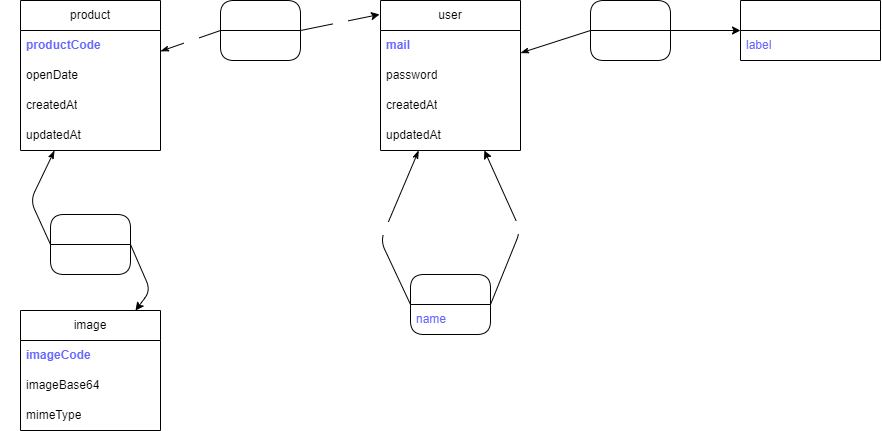
Above: docs/mcd.drawio.png in aviateur22/dlc (draw.io), before the change. Source tidied: cells renumbered, new cells last; positions are measured from the earlier drawing's top-left corner, leaving out a move shared by most shapes.
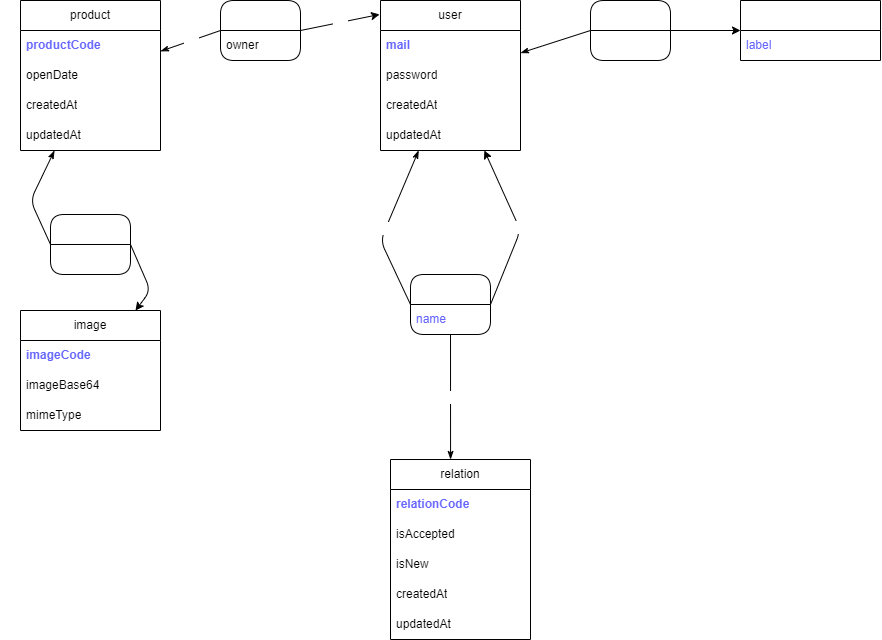
Above is the later version.

What changed in the source:
```diff
@@ -99,6 +99,9 @@
         <mxPoint y="2" as="offset" />
       </mxGeometry>
     </mxCell>
+    <mxCell id="39" value="owner" style="text;strokeColor=none;fillColor=none;align=left;verticalAlign=middle;spacingLeft=4;spacingRight=4;overflow=hidden;whiteSpace=wrap;html=1;" parent="25" vertex="1">
+      <mxGeometry y="30" width="80" height="30" as="geometry" />
+    </mxCell>
     <mxCell id="28" style="endArrow=none;html=1;fontColor=#FFFFFF;startArrow=classicThin;startFill=1;endFill=0;entryX=0;entryY=0.5;entryDx=0;entryDy=0;" parent="1" edge="1" source="2" target="25">
       <mxGeometry relative="1" as="geometry" />
     </mxCell>
@@ -145,5 +148,29 @@
         <mxPoint x="-25" y="2" as="offset" />
       </mxGeometry>
     </mxCell>
+    <mxCell id="40" value="relation" style="swimlane;fontStyle=0;horizontal=1;startSize=30;whiteSpace=wrap;html=1;" parent="1" vertex="1">
+      <mxGeometry x="370" y="459" width="140" height="180" as="geometry" />
+    </mxCell>
+    <mxCell id="41" value="&lt;font color=&quot;#6666ff&quot;&gt;&lt;b&gt;relationCode&lt;/b&gt;&lt;/font&gt;" style="text;strokeColor=none;fillColor=none;align=left;verticalAlign=middle;spacingLeft=4;spacingRight=4;overflow=hidden;whiteSpace=wrap;html=1;" parent="40" vertex="1">
+      <mxGeometry y="30" width="140" height="30" as="geometry" />
+    </mxCell>
+    <mxCell id="42" value="isAccepted" style="text;strokeColor=none;fillColor=none;align=left;verticalAlign=middle;spacingLeft=4;spacingRight=4;overflow=hidden;whiteSpace=wrap;html=1;" parent="40" vertex="1">
+      <mxGeometry y="60" width="140" height="30" as="geometry" />
+    </mxCell>
+    <mxCell id="43" value="isNew" style="text;strokeColor=none;fillColor=none;align=left;verticalAlign=middle;spacingLeft=4;spacingRight=4;overflow=hidden;whiteSpace=wrap;html=1;" parent="40" vertex="1">
+      <mxGeometry y="90" width="140" height="30" as="geometry" />
+    </mxCell>
+    <mxCell id="44" value="createdAt" style="text;strokeColor=none;fillColor=none;align=left;verticalAlign=middle;spacingLeft=4;spacingRight=4;overflow=hidden;whiteSpace=wrap;html=1;" parent="40" vertex="1">
+      <mxGeometry y="120" width="140" height="30" as="geometry" />
+    </mxCell>
+    <mxCell id="45" value="updatedAt" style="text;strokeColor=none;fillColor=none;align=left;verticalAlign=middle;spacingLeft=4;spacingRight=4;overflow=hidden;whiteSpace=wrap;html=1;" parent="40" vertex="1">
+      <mxGeometry y="150" width="140" height="30" as="geometry" />
+    </mxCell>
+    <mxCell id="46" style="endArrow=none;html=1;fontColor=#FFFFFF;startArrow=classicThin;startFill=1;endFill=0;exitX=0.429;exitY=0;exitDx=0;exitDy=0;exitPerimeter=0;" parent="1" edge="1" source="40" target="22">
+      <mxGeometry relative="1" as="geometry" />
+    </mxCell>
+    <mxCell id="47" value="1,1" style="edgeLabel;html=1;align=center;verticalAlign=middle;rounded=1;fontColor=#FFFFFF;" parent="46" vertex="1">
+      <mxGeometry relative="1" as="geometry" />
+    </mxCell>
   </root>
 </mxGraphModel>
```
